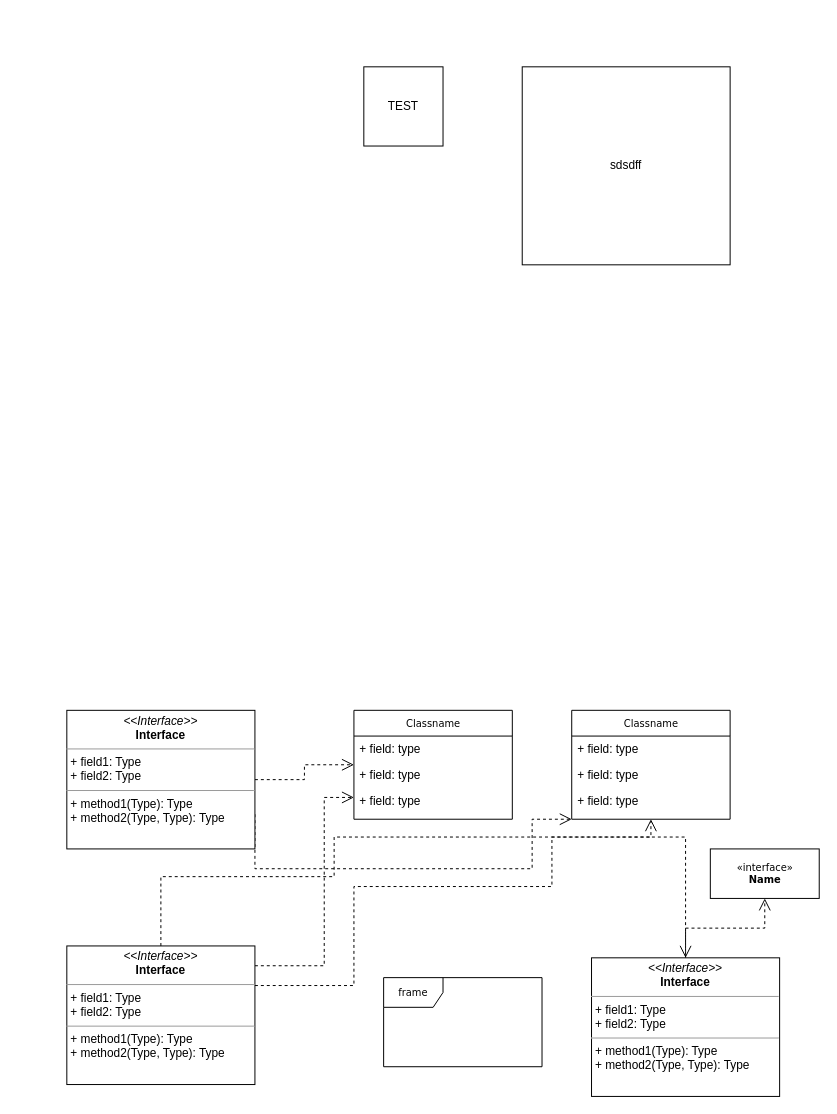
Above: Диаграмма без названия.drawio in mobelus/WebProjects (draw.io), before the change. Source tidied: cells renumbered, new cells numbered last; positions are measured from the earlier drawing's top-left corner, leaving out a move shared by most shapes. Both pictures are drawn from the tidied source at 99%, with x=0, y=0 at pixel (66, 66).
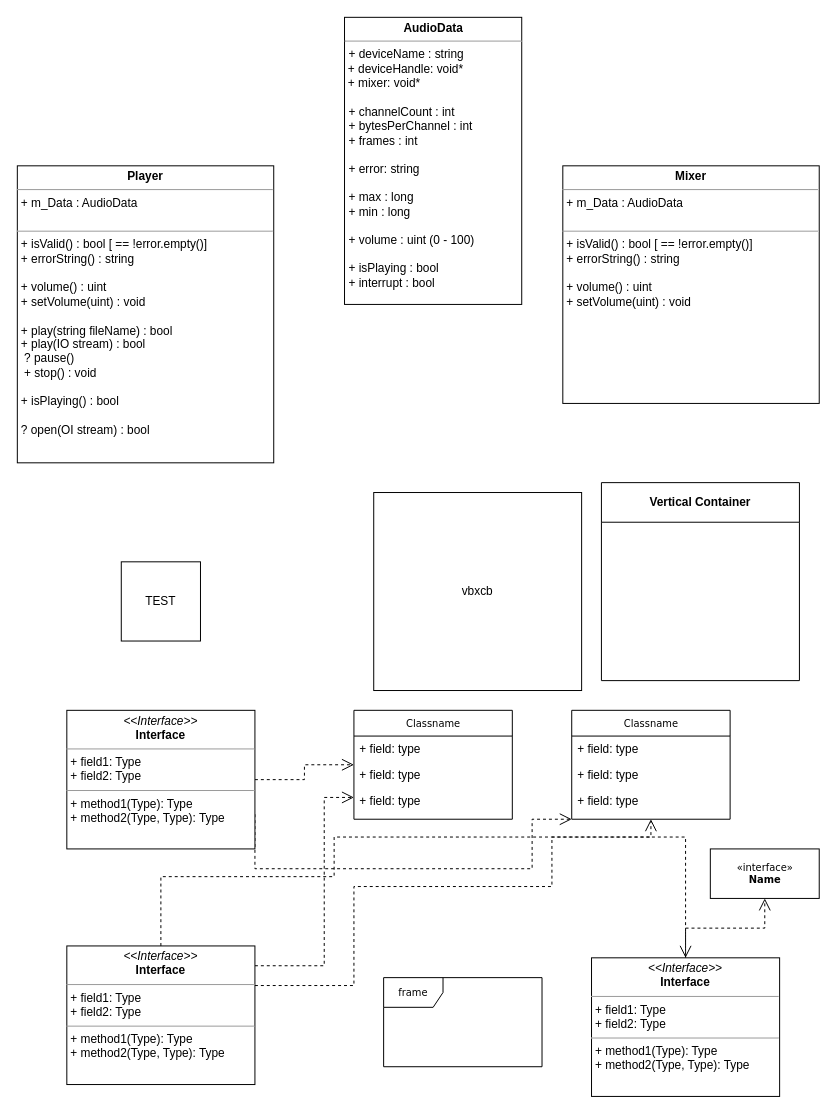
The same page after the edit.

Commit message:
Player and Mixer added

Diff of the diagram source:
```diff
@@
     <mxCell id="21" value="TEST" style="whiteSpace=wrap;html=1;" parent="1" vertex="1">
-      <mxGeometry x="300" width="80" height="80" as="geometry" />
+      <mxGeometry x="55" y="500" width="80" height="80" as="geometry" />
     </mxCell>
-    <mxCell id="22" value="sdsdff" style="rounded=0;whiteSpace=wrap;html=1;" parent="1" vertex="1">
-      <mxGeometry x="460" width="210" height="200" as="geometry" />
+    <mxCell id="22" value="vbxcb" style="rounded=0;whiteSpace=wrap;html=1;" parent="1" vertex="1">
+      <mxGeometry x="310" y="430" width="210" height="200" as="geometry" />
     </mxCell>
+    <mxCell id="23" value="Vertical Container" style="swimlane;whiteSpace=wrap;html=1;startSize=40;" parent="1" vertex="1">
+      <mxGeometry x="540" y="420" width="200" height="200" as="geometry" />
+    </mxCell>
+    <mxCell id="24" value="&lt;p style=&quot;margin:0px;margin-top:4px;text-align:center;&quot;&gt;&lt;b&gt;Player&lt;/b&gt;&lt;/p&gt;&lt;hr size=&quot;1&quot;&gt;&lt;p style=&quot;border-color: var(--border-color); margin: 0px 0px 0px 4px;&quot;&gt;+ m_Data : AudioData&lt;/p&gt;&lt;p style=&quot;border-color: var(--border-color); margin: 0px 0px 0px 4px;&quot;&gt;&lt;br&gt;&lt;/p&gt;&lt;hr size=&quot;1&quot;&gt;&lt;p style=&quot;margin:0px;margin-left:4px;&quot;&gt;+ isValid() : bool [ == !error.empty()]&lt;/p&gt;&lt;p style=&quot;margin:0px;margin-left:4px;&quot;&gt;+ errorString() : string&lt;/p&gt;&lt;p style=&quot;margin:0px;margin-left:4px;&quot;&gt;&lt;br&gt;&lt;/p&gt;&lt;p style=&quot;margin:0px;margin-left:4px;&quot;&gt;+ volume() : uint&lt;/p&gt;&lt;p style=&quot;margin:0px;margin-left:4px;&quot;&gt;+ setVolume(uint) : void&lt;/p&gt;&lt;p style=&quot;margin:0px;margin-left:4px;&quot;&gt;&lt;br&gt;&lt;/p&gt;&lt;p style=&quot;border-color: var(--border-color); margin: 0px 0px 0px 4px;&quot;&gt;+ play(string fileName) : bool&lt;/p&gt;&lt;p style=&quot;border-color: var(--border-color); margin: 0px 0px 0px 4px;&quot;&gt;+ play(IO stream) : bool&lt;/p&gt;&lt;p style=&quot;margin:0px;margin-left:4px;&quot;&gt;&amp;nbsp;? pause()&lt;br style=&quot;border-color: var(--border-color);&quot;&gt;&lt;span style=&quot;border-color: var(--border-color); background-color: initial;&quot;&gt;&amp;nbsp;+ stop() : void&lt;/span&gt;&lt;br style=&quot;border-color: var(--border-color);&quot;&gt;&lt;/p&gt;&lt;p style=&quot;border-color: var(--border-color); margin: 0px 0px 0px 4px;&quot;&gt;&lt;br style=&quot;border-color: var(--border-color);&quot;&gt;&lt;/p&gt;&lt;p style=&quot;border-color: var(--border-color); margin: 0px 0px 0px 4px;&quot;&gt;+ isPlaying() : bool&lt;/p&gt;&lt;p style=&quot;border-color: var(--border-color); margin: 0px 0px 0px 4px;&quot;&gt;&lt;br style=&quot;border-color: var(--border-color);&quot;&gt;&lt;/p&gt;&lt;p style=&quot;border-color: var(--border-color); margin: 0px 0px 0px 4px;&quot;&gt;? open(OI stream) : bool&lt;/p&gt;&lt;p style=&quot;border-color: var(--border-color); margin: 0px 0px 0px 4px;&quot;&gt;&lt;br&gt;&lt;/p&gt;" style="verticalAlign=top;align=left;overflow=fill;html=1;whiteSpace=wrap;" parent="1" vertex="1">
+      <mxGeometry x="-50" y="100" width="259" height="300" as="geometry" />
+    </mxCell>
+    <mxCell id="25" value="&lt;p style=&quot;margin:0px;margin-top:4px;text-align:center;&quot;&gt;&lt;b&gt;Mixer&lt;/b&gt;&lt;/p&gt;&lt;hr size=&quot;1&quot;&gt;&lt;p style=&quot;border-color: var(--border-color); margin: 0px 0px 0px 4px;&quot;&gt;+ m_Data : AudioData&lt;/p&gt;&lt;p style=&quot;border-color: var(--border-color); margin: 0px 0px 0px 4px;&quot;&gt;&lt;br style=&quot;border-color: var(--border-color);&quot;&gt;&lt;/p&gt;&lt;hr size=&quot;1&quot;&gt;&lt;p style=&quot;margin:0px;margin-left:4px;&quot;&gt;+ isValid() : bool [ == !error.empty()]&lt;/p&gt;&lt;p style=&quot;margin:0px;margin-left:4px;&quot;&gt;+ errorString() : string&lt;/p&gt;&lt;p style=&quot;margin:0px;margin-left:4px;&quot;&gt;&lt;br&gt;&lt;/p&gt;&lt;p style=&quot;border-color: var(--border-color); margin: 0px 0px 0px 4px;&quot;&gt;+ volume() : uint&lt;/p&gt;&lt;p style=&quot;border-color: var(--border-color); margin: 0px 0px 0px 4px;&quot;&gt;+ setVolume(uint) : void&lt;/p&gt;&lt;p style=&quot;border-color: var(--border-color); margin: 0px 0px 0px 4px;&quot;&gt;&lt;br style=&quot;border-color: var(--border-color);&quot;&gt;&lt;/p&gt;&lt;p style=&quot;margin:0px;margin-left:4px;&quot;&gt;&lt;br&gt;&lt;/p&gt;" style="verticalAlign=top;align=left;overflow=fill;html=1;whiteSpace=wrap;" parent="1" vertex="1">
+      <mxGeometry x="501" y="100" width="259" height="240" as="geometry" />
+    </mxCell>
+    <mxCell id="26" value="&lt;p style=&quot;margin:0px;margin-top:4px;text-align:center;&quot;&gt;&lt;b&gt;AudioData&lt;/b&gt;&lt;/p&gt;&lt;hr size=&quot;1&quot;&gt;&lt;p style=&quot;border-color: var(--border-color); margin: 0px 0px 0px 4px;&quot;&gt;+ deviceName : string&lt;br style=&quot;border-color: var(--border-color);&quot;&gt;&lt;/p&gt;&lt;div style=&quot;border-color: var(--border-color);&quot;&gt;&amp;nbsp;+ deviceHandle: void*&lt;/div&gt;&lt;div style=&quot;border-color: var(--border-color);&quot;&gt;&amp;nbsp;+ mixer: void*&lt;br style=&quot;border-color: var(--border-color);&quot;&gt;&lt;/div&gt;&lt;p style=&quot;border-color: var(--border-color); margin: 0px 0px 0px 4px;&quot;&gt;&lt;br style=&quot;border-color: var(--border-color);&quot;&gt;&lt;/p&gt;&lt;p style=&quot;border-color: var(--border-color); margin: 0px 0px 0px 4px;&quot;&gt;+ channelCount : int&lt;/p&gt;&lt;p style=&quot;border-color: var(--border-color); margin: 0px 0px 0px 4px;&quot;&gt;+ bytesPerChannel : int&lt;/p&gt;&lt;p style=&quot;border-color: var(--border-color); margin: 0px 0px 0px 4px;&quot;&gt;+ frames : int&lt;/p&gt;&lt;p style=&quot;border-color: var(--border-color); margin: 0px 0px 0px 4px;&quot;&gt;&lt;br style=&quot;border-color: var(--border-color);&quot;&gt;&lt;/p&gt;&lt;p style=&quot;border-color: var(--border-color); margin: 0px 0px 0px 4px;&quot;&gt;+ error: string&lt;/p&gt;&lt;p style=&quot;border-color: var(--border-color); margin: 0px 0px 0px 4px;&quot;&gt;&lt;br style=&quot;border-color: var(--border-color);&quot;&gt;&lt;/p&gt;&lt;p style=&quot;border-color: var(--border-color); margin: 0px 0px 0px 4px;&quot;&gt;+ max : long&lt;/p&gt;&lt;p style=&quot;border-color: var(--border-color); margin: 0px 0px 0px 4px;&quot;&gt;+ min : long&lt;/p&gt;&lt;p style=&quot;border-color: var(--border-color); margin: 0px 0px 0px 4px;&quot;&gt;&lt;br style=&quot;border-color: var(--border-color);&quot;&gt;&lt;/p&gt;&lt;p style=&quot;border-color: var(--border-color); margin: 0px 0px 0px 4px;&quot;&gt;+ volume : uint (0 - 100)&lt;/p&gt;&lt;p style=&quot;border-color: var(--border-color); margin: 0px 0px 0px 4px;&quot;&gt;&lt;br style=&quot;border-color: var(--border-color);&quot;&gt;&lt;/p&gt;&lt;p style=&quot;border-color: var(--border-color); margin: 0px 0px 0px 4px;&quot;&gt;+ isPlaying : bool&lt;/p&gt;&lt;p style=&quot;border-color: var(--border-color); margin: 0px 0px 0px 4px;&quot;&gt;+ interrupt : bool&lt;/p&gt;" style="verticalAlign=top;align=left;overflow=fill;html=1;whiteSpace=wrap;" parent="1" vertex="1">
+      <mxGeometry x="280.5" y="-50" width="179" height="290" as="geometry" />
+    </mxCell>
```
